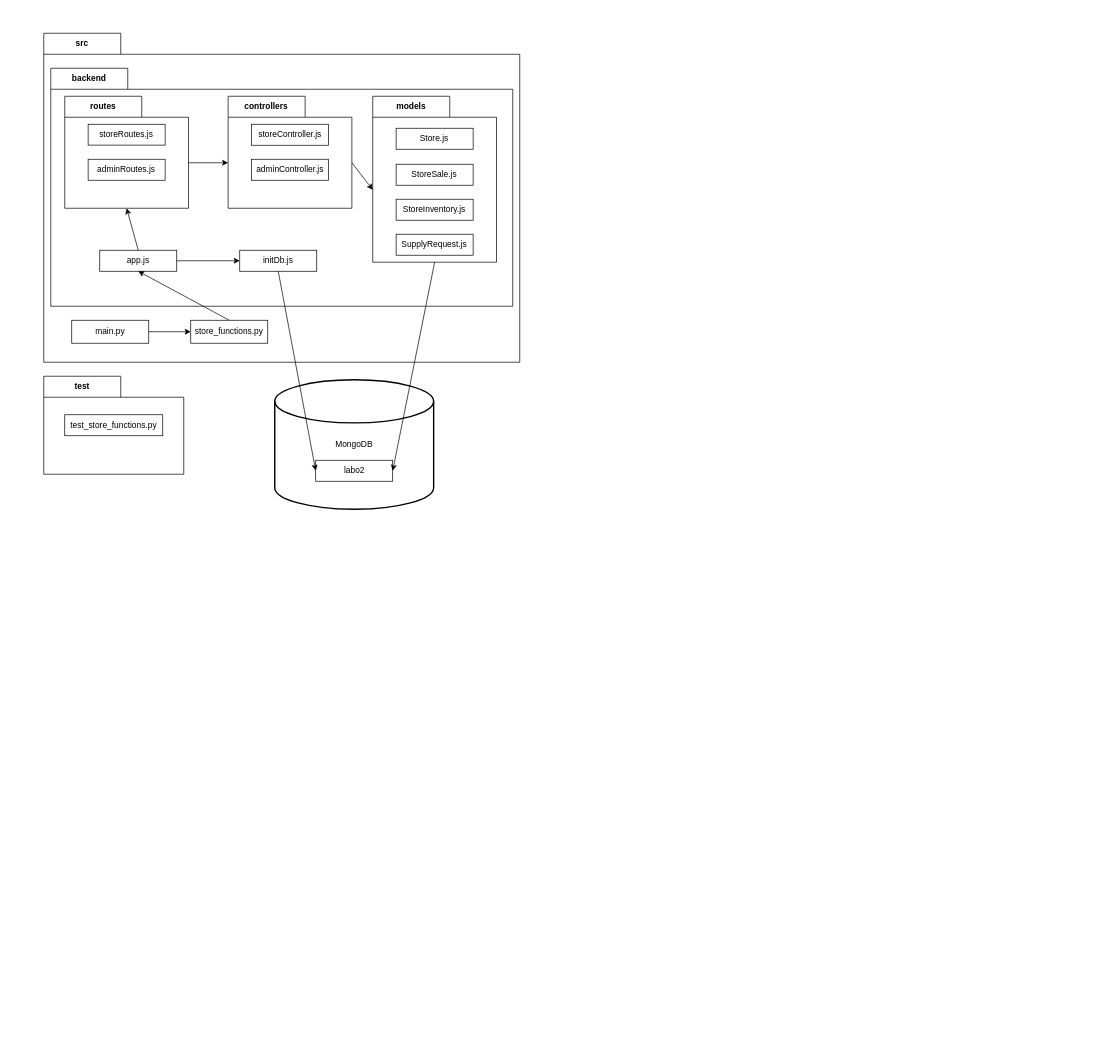
Before: page "Page-1" (1 of 2) of docs/UML/diag_vue_implementation.drawio in PraMaks/LOG430_Labo_0, a draw.io diagram. Source tidied: cells renumbered, new cells numbered last; positions are measured from the earlier drawing's top-left corner, leaving out a move shared by most shapes. Both pictures are drawn from the tidied source at 70%, with x=0, y=0 at pixel (43, 33).
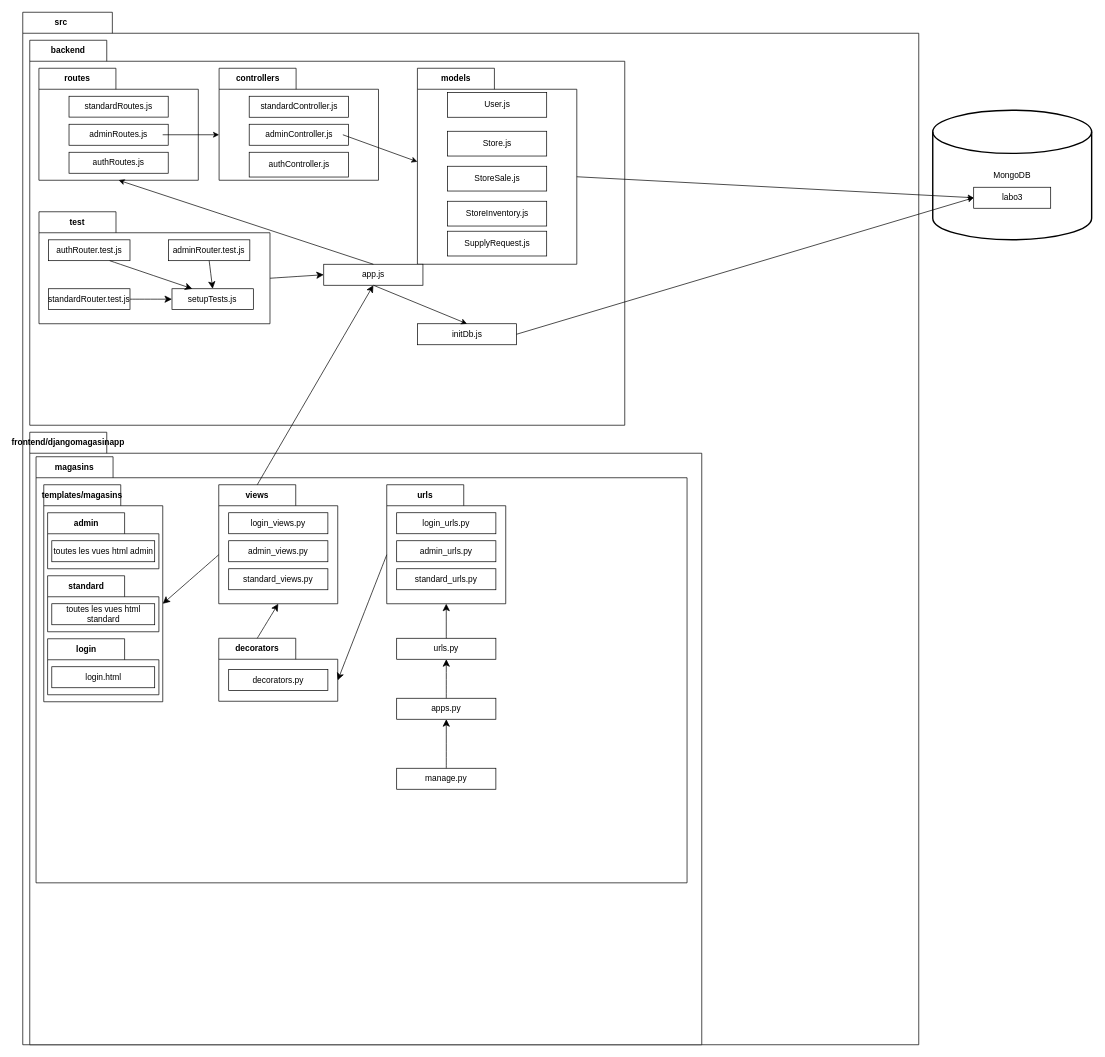
After the change.

Diff of the diagram source:
```diff
@@
     <mxCell id="2" value="src" style="shape=folder;fontStyle=1;tabWidth=110;tabHeight=30;tabPosition=left;html=1;boundedLbl=1;labelInHeader=1;whiteSpace=wrap;" parent="1" vertex="1">
-      <mxGeometry width="680" height="470" as="geometry" />
+      <mxGeometry x="-30" y="-30" width="1280" height="1475" as="geometry" />
     </mxCell>
     <mxCell id="3" style="html=1;strokeColor=none;fillColor=none;whiteSpace=wrap;" parent="2" vertex="1">
-      <mxGeometry width="680" height="329" relative="1" as="geometry">
+      <mxGeometry width="1280" height="735" relative="1" as="geometry">
         <mxPoint y="30" as="offset" />
       </mxGeometry>
     </mxCell>
     <mxCell id="4" value="backend" style="shape=folder;fontStyle=1;tabWidth=110;tabHeight=30;tabPosition=left;html=1;boundedLbl=1;labelInHeader=1;whiteSpace=wrap;" parent="2" vertex="1">
-      <mxGeometry x="10" y="50" width="660" height="340" as="geometry" />
+      <mxGeometry x="10" y="40" width="850" height="550" as="geometry" />
     </mxCell>
     <mxCell id="5" style="html=1;strokeColor=none;fillColor=none;whiteSpace=wrap;" parent="4" vertex="1">
-      <mxGeometry width="660" height="238" relative="1" as="geometry">
+      <mxGeometry width="850" height="385" relative="1" as="geometry">
         <mxPoint y="30" as="offset" />
       </mxGeometry>
     </mxCell>
     <mxCell id="6" value="routes" style="shape=folder;fontStyle=1;tabWidth=110;tabHeight=30;tabPosition=left;html=1;boundedLbl=1;labelInHeader=1;whiteSpace=wrap;" parent="4" vertex="1">
-      <mxGeometry x="20" y="40" width="176.8" height="160" as="geometry" />
+      <mxGeometry x="13.1" y="40" width="227.7" height="160" as="geometry" />
     </mxCell>
     <mxCell id="7" style="html=1;strokeColor=none;fillColor=none;whiteSpace=wrap;" parent="6" vertex="1">
-      <mxGeometry width="176.79" height="112" relative="1" as="geometry">
+      <mxGeometry width="227.68" height="112" relative="1" as="geometry">
         <mxPoint y="30" as="offset" />
       </mxGeometry>
     </mxCell>
-    <mxCell id="8" value="storeRoutes.js" style="html=1;whiteSpace=wrap;" parent="6" vertex="1">
-      <mxGeometry x="33.4" y="40" width="110" height="29.8" as="geometry" />
+    <mxCell id="8" value="standardRoutes.js" style="html=1;whiteSpace=wrap;" parent="6" vertex="1">
+      <mxGeometry x="43" y="40" width="141.7" height="29.8" as="geometry" />
     </mxCell>
     <mxCell id="9" value="adminRoutes.js" style="html=1;whiteSpace=wrap;" parent="6" vertex="1">
-      <mxGeometry x="33.4" y="90" width="110" height="30" as="geometry" />
+      <mxGeometry x="43" y="80" width="141.7" height="30" as="geometry" />
     </mxCell>
+    <mxCell id="37" value="authRoutes.js" style="html=1;whiteSpace=wrap;" parent="6" vertex="1">
+      <mxGeometry x="43" y="120" width="141.7" height="30" as="geometry" />
+    </mxCell>
     <mxCell id="10" value="controllers" style="shape=folder;fontStyle=1;tabWidth=110;tabHeight=30;tabPosition=left;html=1;boundedLbl=1;labelInHeader=1;whiteSpace=wrap;" parent="4" vertex="1">
-      <mxGeometry x="253.4" y="40" width="176.8" height="160" as="geometry" />
+      <mxGeometry x="270.5" y="40" width="227.7" height="160" as="geometry" />
     </mxCell>
     <mxCell id="11" style="html=1;strokeColor=none;fillColor=none;whiteSpace=wrap;" parent="10" vertex="1">
-      <mxGeometry width="176.79" height="112" relative="1" as="geometry">
+      <mxGeometry width="227.68" height="112" relative="1" as="geometry">
         <mxPoint y="30" as="offset" />
       </mxGeometry>
     </mxCell>
-    <mxCell id="12" value="storeController.js" style="html=1;whiteSpace=wrap;" parent="10" vertex="1">
-      <mxGeometry x="33.4" y="40" width="110" height="30" as="geometry" />
+    <mxCell id="12" value="standardController.js" style="html=1;whiteSpace=wrap;" parent="10" vertex="1">
+      <mxGeometry x="43" y="40" width="141.7" height="30" as="geometry" />
     </mxCell>
     <mxCell id="13" value="adminController.js" style="html=1;whiteSpace=wrap;" parent="10" vertex="1">
-      <mxGeometry x="33.4" y="90" width="110" height="30" as="geometry" />
+      <mxGeometry x="43" y="80" width="141.7" height="30" as="geometry" />
     </mxCell>
-    <mxCell id="14" value="app.js" style="html=1;whiteSpace=wrap;" parent="4" vertex="1">
-      <mxGeometry x="70" y="260" width="110" height="30" as="geometry" />
-    </mxCell>
-    <mxCell id="15" value="initDb.js" style="html=1;whiteSpace=wrap;" parent="4" vertex="1">
-      <mxGeometry x="270" y="260" width="110" height="30" as="geometry" />
-    </mxCell>
-    <mxCell id="16" style="endArrow=classic;html=1;rounded=0;entryX=0;entryY=0.5;entryDx=0;entryDy=0;exitX=1;exitY=0.5;exitDx=0;exitDy=0;" parent="4" edge="1" source="14" target="15">
-      <mxGeometry relative="1" as="geometry" />
-    </mxCell>
+    <mxCell id="38" value="authController.js" style="html=1;whiteSpace=wrap;" parent="10" vertex="1">
+      <mxGeometry x="43" y="120" width="141.7" height="35.4" as="geometry" />
+    </mxCell>
@@
-    <mxCell id="18" style="endArrow=classic;html=1;rounded=0;entryX=0.5;entryY=1;entryDx=0;entryDy=0;entryPerimeter=0;exitX=0.5;exitY=0;exitDx=0;exitDy=0;" parent="4" edge="1" source="14" target="6">
-      <mxGeometry relative="1" as="geometry" />
-    </mxCell>
     <mxCell id="19" value="models" style="shape=folder;fontStyle=1;tabWidth=110;tabHeight=30;tabPosition=left;html=1;boundedLbl=1;labelInHeader=1;whiteSpace=wrap;" parent="4" vertex="1">
-      <mxGeometry x="460" y="40" width="176.8" height="237.1" as="geometry" />
+      <mxGeometry x="553.8" y="40" width="227.7" height="280" as="geometry" />
     </mxCell>
     <mxCell id="20" style="html=1;strokeColor=none;fillColor=none;whiteSpace=wrap;" parent="19" vertex="1">
-      <mxGeometry width="176.79" height="166" relative="1" as="geometry">
+      <mxGeometry width="227.68" height="196" relative="1" as="geometry">
         <mxPoint y="30" as="offset" />
       </mxGeometry>
     </mxCell>
     <mxCell id="21" value="Store.js" style="html=1;whiteSpace=wrap;" parent="19" vertex="1">
-      <mxGeometry x="33.4" y="45.7" width="110" height="30" as="geometry" />
+      <mxGeometry x="43" y="90" width="141.7" height="35.4" as="geometry" />
     </mxCell>
     <mxCell id="22" value="StoreSale.js" style="html=1;whiteSpace=wrap;" parent="19" vertex="1">
-      <mxGeometry x="33.4" y="97.1" width="110" height="30" as="geometry" />
+      <mxGeometry x="43" y="140" width="141.7" height="35.4" as="geometry" />
     </mxCell>
     <mxCell id="23" value="StoreInventory.js" style="html=1;whiteSpace=wrap;" parent="19" vertex="1">
-      <mxGeometry x="33.4" y="147.1" width="110" height="30" as="geometry" />
+      <mxGeometry x="43" y="190" width="141.7" height="35.4" as="geometry" />
     </mxCell>
     <mxCell id="24" value="SupplyRequest.js" style="html=1;whiteSpace=wrap;" parent="19" vertex="1">
-      <mxGeometry x="33.4" y="197.1" width="110" height="30" as="geometry" />
+      <mxGeometry x="43" y="232.8" width="141.7" height="35.4" as="geometry" />
     </mxCell>
+    <mxCell id="39" value="User.js" style="html=1;whiteSpace=wrap;" parent="19" vertex="1">
+      <mxGeometry x="43" y="34.6" width="141.7" height="35.4" as="geometry" />
+    </mxCell>
@@
-    <mxCell id="26" value="main.py" style="html=1;whiteSpace=wrap;" parent="2" vertex="1">
-      <mxGeometry x="40" y="410" width="110" height="32.8" as="geometry" />
-    </mxCell>
-    <mxCell id="27" style="endArrow=classic;html=1;rounded=0;entryX=0;entryY=0.5;entryDx=0;entryDy=0;exitX=1;exitY=0.5;exitDx=0;exitDy=0;" parent="2" edge="1" source="26" target="28">
-      <mxGeometry relative="1" as="geometry" />
-    </mxCell>
-    <mxCell id="28" value="store_functions.py" style="html=1;whiteSpace=wrap;" parent="2" vertex="1">
-      <mxGeometry x="210" y="410" width="110" height="32.8" as="geometry" />
-    </mxCell>
-    <mxCell id="29" style="endArrow=classic;html=1;rounded=0;entryX=0.5;entryY=1;entryDx=0;entryDy=0;exitX=0.5;exitY=0;exitDx=0;exitDy=0;" parent="2" edge="1" source="28" target="14">
-      <mxGeometry relative="1" as="geometry" />
-    </mxCell>
+    <mxCell id="14" value="app.js" style="html=1;whiteSpace=wrap;" parent="4" vertex="1">
+      <mxGeometry x="420" y="320" width="141.7" height="30" as="geometry" />
+    </mxCell>
+    <mxCell id="18" style="endArrow=classic;html=1;rounded=0;entryX=0.5;entryY=1;entryDx=0;entryDy=0;entryPerimeter=0;exitX=0.5;exitY=0;exitDx=0;exitDy=0;" parent="4" edge="1" source="14" target="6">
+      <mxGeometry relative="1" as="geometry" />
+    </mxCell>
+    <mxCell id="15" value="initDb.js" style="html=1;whiteSpace=wrap;" parent="4" vertex="1">
+      <mxGeometry x="553.8" y="405" width="141.7" height="30" as="geometry" />
+    </mxCell>
+    <mxCell id="16" style="endArrow=classic;html=1;rounded=0;entryX=0.5;entryY=0;entryDx=0;entryDy=0;exitX=0.5;exitY=1;exitDx=0;exitDy=0;" parent="4" edge="1" source="14" target="15">
+      <mxGeometry relative="1" as="geometry" />
+    </mxCell>
-    <mxCell id="30" value="test" style="shape=folder;fontStyle=1;tabWidth=110;tabHeight=30;tabPosition=left;html=1;boundedLbl=1;labelInHeader=1;whiteSpace=wrap;" parent="1" vertex="1">
-      <mxGeometry y="490" width="200" height="140" as="geometry" />
+    <mxCell id="30" value="test" style="shape=folder;fontStyle=1;tabWidth=110;tabHeight=30;tabPosition=left;html=1;boundedLbl=1;labelInHeader=1;whiteSpace=wrap;" parent="4" vertex="1">
+      <mxGeometry x="13.2" y="245" width="330" height="160" as="geometry" />
     </mxCell>
-    <mxCell id="31" style="html=1;strokeColor=none;fillColor=none;whiteSpace=wrap;" parent="30" vertex="1">
-      <mxGeometry width="200" height="98" relative="1" as="geometry">
-        <mxPoint y="30" as="offset" />
-      </mxGeometry>
-    </mxCell>
-    <mxCell id="32" value="test_store_functions.py" style="html=1;whiteSpace=wrap;" parent="30" vertex="1">
-      <mxGeometry x="30" y="55" width="140" height="30" as="geometry" />
-    </mxCell>
+    <mxCell id="40" style="html=1;strokeColor=none;fillColor=none;whiteSpace=wrap;" parent="30" vertex="1">
+      <mxGeometry width="330" height="112" relative="1" as="geometry">
+        <mxPoint y="30" as="offset" />
+      </mxGeometry>
+    </mxCell>
+    <mxCell id="41" value="authRouter.test.js" style="html=1;whiteSpace=wrap;" parent="30" vertex="1">
+      <mxGeometry x="13.8" y="40.1" width="116.2" height="29.8" as="geometry" />
+    </mxCell>
+    <mxCell id="42" value="standardRouter.test.js" style="html=1;whiteSpace=wrap;" parent="30" vertex="1">
+      <mxGeometry x="13.8" y="110" width="116.2" height="29.8" as="geometry" />
+    </mxCell>
+    <mxCell id="43" value="adminRouter.test.js" style="html=1;whiteSpace=wrap;" parent="30" vertex="1">
+      <mxGeometry x="185" y="40.1" width="116.2" height="29.8" as="geometry" />
+    </mxCell>
+    <mxCell id="44" value="setupTests.js" style="html=1;whiteSpace=wrap;" parent="30" vertex="1">
+      <mxGeometry x="190" y="110" width="116.2" height="29.8" as="geometry" />
+    </mxCell>
+    <mxCell id="45" style="endArrow=classic;html=1;rounded=0;fontSize=12;startSize=8;endSize=8;curved=1;entryX=0;entryY=0.5;entryDx=0;entryDy=0;exitX=1;exitY=0.5;exitDx=0;exitDy=0;" parent="30" edge="1" source="42" target="44">
+      <mxGeometry relative="1" as="geometry" />
+    </mxCell>
+    <mxCell id="46" style="endArrow=classic;html=1;rounded=0;fontSize=12;startSize=8;endSize=8;curved=1;entryX=0.5;entryY=0;entryDx=0;entryDy=0;exitX=0.5;exitY=1;exitDx=0;exitDy=0;" parent="30" edge="1" source="43" target="44">
+      <mxGeometry relative="1" as="geometry" />
+    </mxCell>
+    <mxCell id="47" style="endArrow=classic;html=1;rounded=0;fontSize=12;startSize=8;endSize=8;curved=1;entryX=0.25;entryY=0;entryDx=0;entryDy=0;exitX=0.75;exitY=1;exitDx=0;exitDy=0;" parent="30" edge="1" source="41" target="44">
+      <mxGeometry relative="1" as="geometry" />
+    </mxCell>
+    <mxCell id="48" style="endArrow=classic;html=1;rounded=0;fontSize=12;startSize=8;endSize=8;curved=1;entryX=0;entryY=0.5;entryDx=0;entryDy=0;exitX=0;exitY=0;exitDx=330;exitDy=95;exitPerimeter=0;" parent="4" edge="1" source="30" target="14">
+      <mxGeometry relative="1" as="geometry" />
+    </mxCell>
+    <mxCell id="49" value="frontend/djangomagasinapp" style="shape=folder;fontStyle=1;tabWidth=110;tabHeight=30;tabPosition=left;html=1;boundedLbl=1;labelInHeader=1;whiteSpace=wrap;" parent="2" vertex="1">
+      <mxGeometry x="10" y="600" width="960" height="875" as="geometry" />
+    </mxCell>
+    <mxCell id="50" style="html=1;strokeColor=none;fillColor=none;whiteSpace=wrap;" parent="49" vertex="1">
+      <mxGeometry width="960" height="612.5" relative="1" as="geometry">
+        <mxPoint y="30" as="offset" />
+      </mxGeometry>
+    </mxCell>
+    <mxCell id="51" value="magasins" style="shape=folder;fontStyle=1;tabWidth=110;tabHeight=30;tabPosition=left;html=1;boundedLbl=1;labelInHeader=1;whiteSpace=wrap;" parent="49" vertex="1">
+      <mxGeometry x="9" y="35" width="930" height="608.7" as="geometry" />
+    </mxCell>
+    <mxCell id="52" style="html=1;strokeColor=none;fillColor=none;whiteSpace=wrap;" parent="51" vertex="1">
+      <mxGeometry width="930" height="426.09" relative="1" as="geometry">
+        <mxPoint y="30" as="offset" />
+      </mxGeometry>
+    </mxCell>
+    <mxCell id="53" value="templates/magasins" style="shape=folder;fontStyle=1;tabWidth=110;tabHeight=30;tabPosition=left;html=1;boundedLbl=1;labelInHeader=1;whiteSpace=wrap;" parent="51" vertex="1">
+      <mxGeometry x="11" y="40" width="170" height="310" as="geometry" />
+    </mxCell>
+    <mxCell id="54" style="html=1;strokeColor=none;fillColor=none;whiteSpace=wrap;" parent="53" vertex="1">
+      <mxGeometry width="170" height="217" relative="1" as="geometry">
+        <mxPoint y="30" as="offset" />
+      </mxGeometry>
+    </mxCell>
+    <mxCell id="55" value="admin" style="shape=folder;fontStyle=1;tabWidth=110;tabHeight=30;tabPosition=left;html=1;boundedLbl=1;labelInHeader=1;whiteSpace=wrap;" parent="53" vertex="1">
+      <mxGeometry x="5.5" y="40" width="159" height="80" as="geometry" />
+    </mxCell>
+    <mxCell id="56" style="html=1;strokeColor=none;fillColor=none;whiteSpace=wrap;" parent="55" vertex="1">
+      <mxGeometry width="159" height="56" relative="1" as="geometry">
+        <mxPoint y="30" as="offset" />
+      </mxGeometry>
+    </mxCell>
+    <mxCell id="57" value="toutes les vues html admin" style="html=1;whiteSpace=wrap;" parent="55" vertex="1">
+      <mxGeometry x="6" y="40" width="147" height="30" as="geometry" />
+    </mxCell>
+    <mxCell id="58" value="standard" style="shape=folder;fontStyle=1;tabWidth=110;tabHeight=30;tabPosition=left;html=1;boundedLbl=1;labelInHeader=1;whiteSpace=wrap;" parent="53" vertex="1">
+      <mxGeometry x="5.5" y="130" width="159" height="80" as="geometry" />
+    </mxCell>
+    <mxCell id="59" style="html=1;strokeColor=none;fillColor=none;whiteSpace=wrap;" parent="58" vertex="1">
+      <mxGeometry width="159" height="56" relative="1" as="geometry">
+        <mxPoint y="30" as="offset" />
+      </mxGeometry>
+    </mxCell>
+    <mxCell id="60" value="toutes les vues html standard" style="html=1;whiteSpace=wrap;" parent="58" vertex="1">
+      <mxGeometry x="6" y="40" width="147" height="30" as="geometry" />
+    </mxCell>
+    <mxCell id="61" value="login" style="shape=folder;fontStyle=1;tabWidth=110;tabHeight=30;tabPosition=left;html=1;boundedLbl=1;labelInHeader=1;whiteSpace=wrap;" parent="53" vertex="1">
+      <mxGeometry x="5.5" y="220" width="159" height="80" as="geometry" />
+    </mxCell>
+    <mxCell id="62" style="html=1;strokeColor=none;fillColor=none;whiteSpace=wrap;" parent="61" vertex="1">
+      <mxGeometry width="159" height="56" relative="1" as="geometry">
+        <mxPoint y="30" as="offset" />
+      </mxGeometry>
+    </mxCell>
+    <mxCell id="63" value="login.html" style="html=1;whiteSpace=wrap;" parent="61" vertex="1">
+      <mxGeometry x="6" y="40" width="147" height="30" as="geometry" />
+    </mxCell>
+    <mxCell id="64" value="urls" style="shape=folder;fontStyle=1;tabWidth=110;tabHeight=30;tabPosition=left;html=1;boundedLbl=1;labelInHeader=1;whiteSpace=wrap;" parent="51" vertex="1">
+      <mxGeometry x="501" y="40" width="170" height="170" as="geometry" />
+    </mxCell>
+    <mxCell id="65" style="html=1;strokeColor=none;fillColor=none;whiteSpace=wrap;" parent="64" vertex="1">
+      <mxGeometry width="170" height="119" relative="1" as="geometry">
+        <mxPoint y="30" as="offset" />
+      </mxGeometry>
+    </mxCell>
+    <mxCell id="66" value="login_urls.py" style="html=1;whiteSpace=wrap;" parent="64" vertex="1">
+      <mxGeometry x="14.2" y="40" width="141.7" height="30" as="geometry" />
+    </mxCell>
+    <mxCell id="67" value="admin_urls.py" style="html=1;whiteSpace=wrap;" parent="64" vertex="1">
+      <mxGeometry x="14.2" y="80" width="141.7" height="30" as="geometry" />
+    </mxCell>
+    <mxCell id="68" value="standard_urls.py" style="html=1;whiteSpace=wrap;" parent="64" vertex="1">
+      <mxGeometry x="14.2" y="120" width="141.7" height="30" as="geometry" />
+    </mxCell>
+    <mxCell id="69" value="decorators" style="shape=folder;fontStyle=1;tabWidth=110;tabHeight=30;tabPosition=left;html=1;boundedLbl=1;labelInHeader=1;whiteSpace=wrap;" parent="51" vertex="1">
+      <mxGeometry x="261" y="259.3" width="170" height="90" as="geometry" />
+    </mxCell>
+    <mxCell id="70" style="html=1;strokeColor=none;fillColor=none;whiteSpace=wrap;" parent="69" vertex="1">
+      <mxGeometry width="170" height="63" relative="1" as="geometry">
+        <mxPoint y="30" as="offset" />
+      </mxGeometry>
+    </mxCell>
+    <mxCell id="71" value="decorators.py" style="html=1;whiteSpace=wrap;" parent="69" vertex="1">
+      <mxGeometry x="14.2" y="44.6" width="141.7" height="30" as="geometry" />
+    </mxCell>
+    <mxCell id="72" value="views" style="shape=folder;fontStyle=1;tabWidth=110;tabHeight=30;tabPosition=left;html=1;boundedLbl=1;labelInHeader=1;whiteSpace=wrap;" parent="51" vertex="1">
+      <mxGeometry x="261" y="40" width="170" height="170" as="geometry" />
+    </mxCell>
+    <mxCell id="73" style="html=1;strokeColor=none;fillColor=none;whiteSpace=wrap;" parent="72" vertex="1">
+      <mxGeometry width="170" height="119" relative="1" as="geometry">
+        <mxPoint y="30" as="offset" />
+      </mxGeometry>
+    </mxCell>
+    <mxCell id="74" value="login_views.py" style="html=1;whiteSpace=wrap;" parent="72" vertex="1">
+      <mxGeometry x="14.2" y="40" width="141.7" height="30" as="geometry" />
+    </mxCell>
+    <mxCell id="75" value="admin_views.py" style="html=1;whiteSpace=wrap;" parent="72" vertex="1">
+      <mxGeometry x="14.2" y="80" width="141.7" height="30" as="geometry" />
+    </mxCell>
+    <mxCell id="76" value="standard_views.py" style="html=1;whiteSpace=wrap;" parent="72" vertex="1">
+      <mxGeometry x="14.2" y="120" width="141.7" height="30" as="geometry" />
+    </mxCell>
+    <mxCell id="77" value="urls.py" style="html=1;whiteSpace=wrap;" parent="51" vertex="1">
+      <mxGeometry x="515.2" y="259.3" width="141.7" height="30" as="geometry" />
+    </mxCell>
+    <mxCell id="78" style="endArrow=classic;html=1;rounded=0;fontSize=12;startSize=8;endSize=8;curved=1;entryX=0;entryY=0;entryDx=170;entryDy=170;entryPerimeter=0;exitX=0;exitY=0;exitDx=0;exitDy=100;exitPerimeter=0;" parent="51" edge="1" source="72" target="53">
+      <mxGeometry relative="1" as="geometry" />
+    </mxCell>
+    <mxCell id="79" style="endArrow=classic;html=1;rounded=0;fontSize=12;startSize=8;endSize=8;curved=1;entryX=0.5;entryY=1;entryDx=0;entryDy=0;entryPerimeter=0;exitX=0;exitY=0;exitDx=55;exitDy=0;exitPerimeter=0;" parent="51" edge="1" source="69" target="72">
+      <mxGeometry relative="1" as="geometry" />
+    </mxCell>
+    <mxCell id="80" style="endArrow=classic;html=1;rounded=0;fontSize=12;startSize=8;endSize=8;curved=1;entryX=0;entryY=0;entryDx=170;entryDy=60;entryPerimeter=0;exitX=0;exitY=0;exitDx=0;exitDy=100;exitPerimeter=0;" parent="51" edge="1" source="64" target="69">
+      <mxGeometry relative="1" as="geometry" />
+    </mxCell>
+    <mxCell id="81" value="apps.py" style="html=1;whiteSpace=wrap;" parent="51" vertex="1">
+      <mxGeometry x="515.2" y="345" width="141.7" height="30" as="geometry" />
+    </mxCell>
+    <mxCell id="82" value="manage.py" style="html=1;whiteSpace=wrap;" parent="51" vertex="1">
+      <mxGeometry x="515.2" y="445" width="141.7" height="30" as="geometry" />
+    </mxCell>
+    <mxCell id="83" style="endArrow=classic;html=1;rounded=0;fontSize=12;startSize=8;endSize=8;curved=1;entryX=0.5;entryY=1;entryDx=0;entryDy=0;entryPerimeter=0;exitX=0.5;exitY=0;exitDx=0;exitDy=0;" parent="51" edge="1" source="77" target="64">
+      <mxGeometry relative="1" as="geometry" />
+    </mxCell>
+    <mxCell id="84" style="endArrow=classic;html=1;rounded=0;fontSize=12;startSize=8;endSize=8;curved=1;entryX=0.5;entryY=1;entryDx=0;entryDy=0;exitX=0.5;exitY=0;exitDx=0;exitDy=0;" parent="51" edge="1" source="81" target="77">
+      <mxGeometry relative="1" as="geometry" />
+    </mxCell>
+    <mxCell id="85" style="endArrow=classic;html=1;rounded=0;fontSize=12;startSize=8;endSize=8;curved=1;entryX=0.5;entryY=1;entryDx=0;entryDy=0;exitX=0.5;exitY=0;exitDx=0;exitDy=0;" parent="51" edge="1" source="82" target="81">
+      <mxGeometry relative="1" as="geometry" />
+    </mxCell>
+    <mxCell id="86" style="endArrow=classic;html=1;rounded=0;fontSize=12;startSize=8;endSize=8;curved=1;entryX=0.5;entryY=1;entryDx=0;entryDy=0;exitX=0;exitY=0;exitDx=55;exitDy=0;exitPerimeter=0;" parent="2" edge="1" source="72" target="14">
+      <mxGeometry relative="1" as="geometry" />
+    </mxCell>
     <mxCell id="33" value="MongoDB" style="strokeWidth=2;html=1;shape=mxgraph.flowchart.database;whiteSpace=wrap;" parent="1" vertex="1">
-      <mxGeometry x="330" y="495" width="227" height="185" as="geometry" />
+      <mxGeometry x="1270" y="110" width="227" height="185" as="geometry" />
     </mxCell>
-    <mxCell id="34" value="labo2" style="html=1;whiteSpace=wrap;" parent="1" vertex="1">
-      <mxGeometry x="388.5" y="610" width="110" height="30" as="geometry" />
+    <mxCell id="34" value="labo3" style="html=1;whiteSpace=wrap;" parent="1" vertex="1">
+      <mxGeometry x="1328.5" y="220" width="110" height="30" as="geometry" />
     </mxCell>
-    <mxCell id="35" style="endArrow=classic;html=1;rounded=0;entryX=0;entryY=0.5;entryDx=0;entryDy=0;exitX=0.5;exitY=1;exitDx=0;exitDy=0;" parent="1" edge="1" source="15" target="34">
+    <mxCell id="35" style="endArrow=classic;html=1;rounded=0;entryX=0;entryY=0.5;entryDx=0;entryDy=0;exitX=1;exitY=0.5;exitDx=0;exitDy=0;" parent="1" edge="1" source="15" target="34">
       <mxGeometry relative="1" as="geometry" />
     </mxCell>
-    <mxCell id="36" style="endArrow=classic;html=1;rounded=0;entryX=1;entryY=0.5;entryDx=0;entryDy=0;exitX=0.5;exitY=1;exitDx=0;exitDy=0;exitPerimeter=0;" parent="1" edge="1" source="19" target="34">
+    <mxCell id="36" style="endArrow=classic;html=1;rounded=0;entryX=0;entryY=0.5;entryDx=0;entryDy=0;exitX=0;exitY=0;exitDx=227.68409090909088;exitDy=155;exitPerimeter=0;" parent="1" edge="1" source="19" target="34">
       <mxGeometry relative="1" as="geometry" />
     </mxCell>
```
